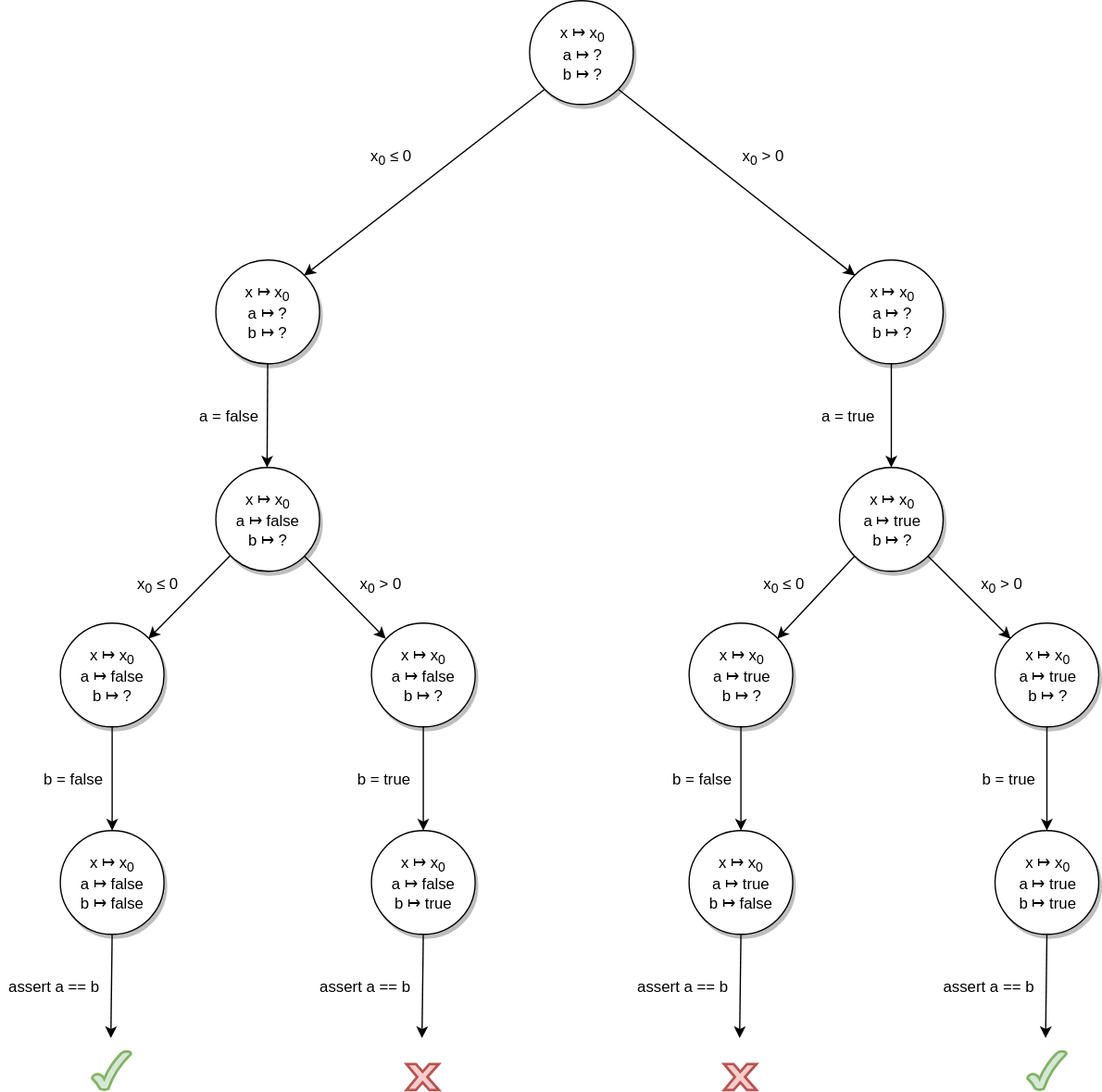
Above: assets/doubleif_symbolic_tree_with_unfeasible.svg in pietrobraione/jbse-manual (draw.io), before the change. Source tidied: cells renumbered, new cells last; positions are measured from the earlier drawing's top-left corner, leaving out a move shared by most shapes.
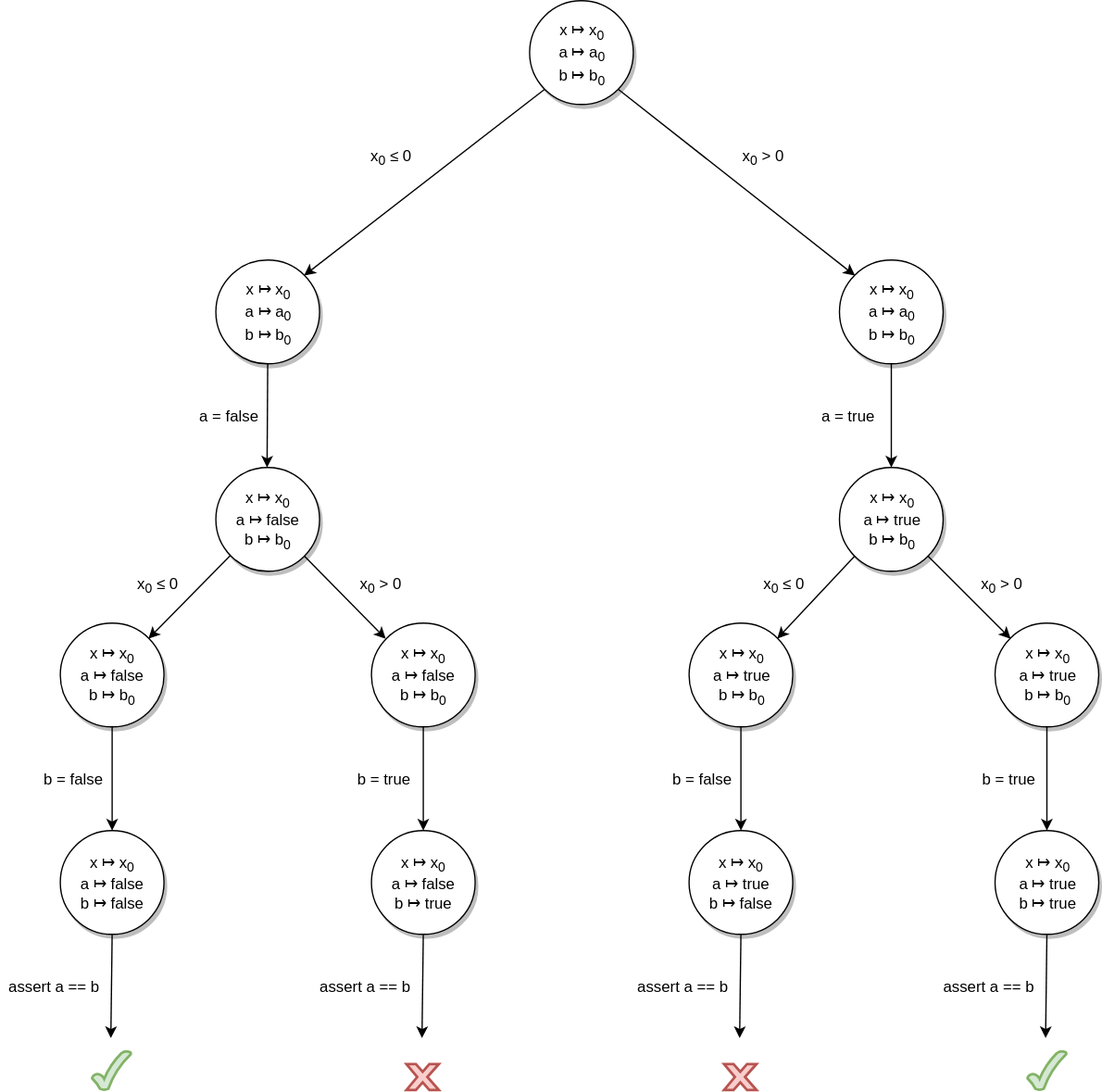
The same diagram one commit later.

Commit message:
Track 1 files into repository.

- modified assets/doubleif_symbolic_tree_with_unfeasible.svg

Auto commit by GitBook Editor

Diff of the diagram source:
```diff
@@ -8,7 +8,7 @@
     <mxCell id="3" style="edgeStyle=none;rounded=0;html=1;jettySize=auto;exitX=0;exitY=1;entryX=1;entryY=0;" parent="1" edge="1" source="4" target="8">
       <mxGeometry relative="1" as="geometry" />
     </mxCell>
-    <mxCell id="4" value="x ↦ x&lt;sub&gt;0&lt;br&gt;&lt;/sub&gt;a ↦ ?&lt;br&gt;b ↦ ?&lt;br&gt;" style="ellipse;whiteSpace=wrap;html=1;shadow=1;gradientColor=none;" parent="1" vertex="1">
+    <mxCell id="4" value="x ↦ x&lt;sub&gt;0&lt;br&gt;&lt;/sub&gt;a ↦ a&lt;sub&gt;0&lt;/sub&gt;&lt;br&gt;b ↦ b&lt;sub&gt;0&lt;/sub&gt;&lt;br&gt;" style="ellipse;whiteSpace=wrap;html=1;shadow=1;gradientColor=none;" parent="1" vertex="1">
       <mxGeometry x="408" width="80" height="80" as="geometry" />
     </mxCell>
     <mxCell id="5" value="x&lt;sub&gt;0&lt;/sub&gt; ≤ 0" style="text;html=1;strokeColor=none;fillColor=none;align=center;verticalAlign=middle;whiteSpace=wrap;rounded=0;shadow=0;comic=0;" parent="1" vertex="1">
@@ -20,10 +20,10 @@
     <mxCell id="7" style="edgeStyle=none;rounded=0;html=1;exitX=0.5;exitY=1;entryX=0.5;entryY=1;jettySize=auto;orthogonalLoop=1;" parent="1" edge="1" source="6" target="6">
       <mxGeometry relative="1" as="geometry" />
     </mxCell>
-    <mxCell id="8" value="x ↦ x&lt;sub&gt;0&lt;br&gt;&lt;/sub&gt;a ↦ ?&lt;br&gt;b ↦ ?&lt;br&gt;" style="ellipse;whiteSpace=wrap;html=1;shadow=1;gradientColor=none;" parent="1" vertex="1">
+    <mxCell id="8" value="x ↦ x&lt;sub&gt;0&lt;br&gt;&lt;/sub&gt;a ↦ a&lt;sub&gt;0&lt;/sub&gt;&lt;br&gt;b ↦ b&lt;sub&gt;0&lt;/sub&gt;&lt;br&gt;" style="ellipse;whiteSpace=wrap;html=1;shadow=1;gradientColor=none;" parent="1" vertex="1">
       <mxGeometry x="165.5" y="200" width="80" height="80" as="geometry" />
     </mxCell>
-    <mxCell id="9" value="x ↦ x&lt;sub&gt;0&lt;br&gt;&lt;/sub&gt;a ↦ ?&lt;br&gt;b ↦ ?&lt;br&gt;" style="ellipse;whiteSpace=wrap;html=1;shadow=1;gradientColor=none;" parent="1" vertex="1">
+    <mxCell id="9" value="x ↦ x&lt;sub&gt;0&lt;br&gt;&lt;/sub&gt;a ↦ a&lt;sub&gt;0&lt;/sub&gt;&lt;br&gt;b ↦ b&lt;sub&gt;0&lt;/sub&gt;&lt;br&gt;" style="ellipse;whiteSpace=wrap;html=1;shadow=1;gradientColor=none;" parent="1" vertex="1">
       <mxGeometry x="647" y="200" width="80" height="80" as="geometry" />
     </mxCell>
     <mxCell id="10" style="edgeStyle=none;rounded=0;html=1;jettySize=auto;exitX=0.5;exitY=1;" parent="1" edge="1" source="8">
@@ -36,10 +36,10 @@
         <mxPoint x="687" y="360" as="targetPoint" />
       </mxGeometry>
     </mxCell>
-    <mxCell id="12" value="x ↦ x&lt;sub&gt;0&lt;br&gt;&lt;/sub&gt;a ↦ false&lt;br&gt;b ↦ ?&lt;br&gt;" style="ellipse;whiteSpace=wrap;html=1;shadow=1;gradientColor=none;" parent="1" vertex="1">
+    <mxCell id="12" value="x ↦ x&lt;sub&gt;0&lt;br&gt;&lt;/sub&gt;a ↦ false&lt;br&gt;b ↦ b&lt;sub&gt;0&lt;/sub&gt;&lt;br&gt;" style="ellipse;whiteSpace=wrap;html=1;shadow=1;gradientColor=none;" parent="1" vertex="1">
       <mxGeometry x="165.5" y="360" width="80" height="80" as="geometry" />
     </mxCell>
-    <mxCell id="13" value="x ↦ x&lt;sub&gt;0&lt;br&gt;&lt;/sub&gt;a ↦ true&lt;br&gt;b ↦ ?&lt;br&gt;" style="ellipse;whiteSpace=wrap;html=1;shadow=1;gradientColor=none;" parent="1" vertex="1">
+    <mxCell id="13" value="x ↦ x&lt;sub&gt;0&lt;br&gt;&lt;/sub&gt;a ↦ true&lt;br&gt;b ↦ b&lt;sub&gt;0&lt;/sub&gt;&lt;br&gt;" style="ellipse;whiteSpace=wrap;html=1;shadow=1;gradientColor=none;" parent="1" vertex="1">
       <mxGeometry x="647" y="360" width="80" height="80" as="geometry" />
     </mxCell>
     <mxCell id="14" value="a = false" style="text;html=1;strokeColor=none;fillColor=none;align=center;verticalAlign=middle;whiteSpace=wrap;rounded=0;shadow=0;comic=0;" parent="1" vertex="1">
@@ -60,10 +60,10 @@
     <mxCell id="19" value="x&lt;sub&gt;0&lt;/sub&gt;&amp;nbsp;&amp;gt; 0" style="text;html=1;strokeColor=none;fillColor=none;align=center;verticalAlign=middle;whiteSpace=wrap;rounded=0;shadow=0;comic=0;" parent="1" vertex="1">
       <mxGeometry x="752" y="440" width="40" height="20" as="geometry" />
     </mxCell>
-    <mxCell id="20" value="x ↦ x&lt;sub&gt;0&lt;br&gt;&lt;/sub&gt;a ↦ false&lt;br&gt;b ↦ ?&lt;br&gt;" style="ellipse;whiteSpace=wrap;html=1;shadow=1;gradientColor=none;" parent="1" vertex="1">
+    <mxCell id="20" value="x ↦ x&lt;sub&gt;0&lt;br&gt;&lt;/sub&gt;a ↦ false&lt;br&gt;b ↦ b&lt;sub&gt;0&lt;/sub&gt;&lt;br&gt;" style="ellipse;whiteSpace=wrap;html=1;shadow=1;gradientColor=none;" parent="1" vertex="1">
       <mxGeometry x="45.5" y="480" width="80" height="80" as="geometry" />
     </mxCell>
-    <mxCell id="21" value="x ↦ x&lt;sub&gt;0&lt;br&gt;&lt;/sub&gt;a ↦ true&lt;br&gt;b ↦ ?&lt;br&gt;" style="ellipse;whiteSpace=wrap;html=1;shadow=1;gradientColor=none;" parent="1" vertex="1">
+    <mxCell id="21" value="x ↦ x&lt;sub&gt;0&lt;br&gt;&lt;/sub&gt;a ↦ true&lt;br&gt;b ↦ b&lt;sub&gt;0&lt;/sub&gt;&lt;br&gt;" style="ellipse;whiteSpace=wrap;html=1;shadow=1;gradientColor=none;" parent="1" vertex="1">
       <mxGeometry x="767" y="480" width="80" height="80" as="geometry" />
     </mxCell>
     <mxCell id="22" style="edgeStyle=none;rounded=0;html=1;jettySize=auto;exitX=0.5;exitY=1;entryX=0.5;entryY=0;" parent="1" edge="1" source="20" target="24">
@@ -108,7 +108,7 @@
     <mxCell id="33" value="assert a == b" style="text;html=1;strokeColor=none;fillColor=none;align=center;verticalAlign=middle;whiteSpace=wrap;rounded=0;shadow=0;comic=0;" parent="1" vertex="1">
       <mxGeometry x="722" y="750" width="80" height="20" as="geometry" />
     </mxCell>
-    <mxCell id="34" value="x ↦ x&lt;sub&gt;0&lt;br&gt;&lt;/sub&gt;a ↦ false&lt;br&gt;b ↦ ?&lt;br&gt;" style="ellipse;whiteSpace=wrap;html=1;shadow=1;gradientColor=none;" parent="1" vertex="1">
+    <mxCell id="34" value="x ↦ x&lt;sub&gt;0&lt;br&gt;&lt;/sub&gt;a ↦ false&lt;br&gt;b ↦ b&lt;sub&gt;0&lt;/sub&gt;&lt;br&gt;" style="ellipse;whiteSpace=wrap;html=1;shadow=1;gradientColor=none;" parent="1" vertex="1">
       <mxGeometry x="285.5" y="480" width="80" height="80" as="geometry" />
     </mxCell>
     <mxCell id="35" style="edgeStyle=none;rounded=0;html=1;jettySize=auto;exitX=0.5;exitY=1;entryX=0.5;entryY=0;" parent="1" edge="1" source="34" target="36">
@@ -137,7 +137,7 @@
     <mxCell id="42" value="x&lt;sub&gt;0&lt;/sub&gt;&amp;nbsp;&amp;gt; 0" style="text;html=1;strokeColor=none;fillColor=none;align=center;verticalAlign=middle;whiteSpace=wrap;rounded=0;shadow=0;comic=0;" parent="1" vertex="1">
       <mxGeometry x="273" y="440" width="40" height="20" as="geometry" />
     </mxCell>
-    <mxCell id="43" value="x ↦ x&lt;sub&gt;0&lt;br&gt;&lt;/sub&gt;a ↦ true&lt;br&gt;b ↦ ?&lt;br&gt;" style="ellipse;whiteSpace=wrap;html=1;shadow=1;gradientColor=none;" parent="1" vertex="1">
+    <mxCell id="43" value="x ↦ x&lt;sub&gt;0&lt;br&gt;&lt;/sub&gt;a ↦ true&lt;br&gt;b ↦ b&lt;sub&gt;0&lt;/sub&gt;&lt;br&gt;" style="ellipse;whiteSpace=wrap;html=1;shadow=1;gradientColor=none;" parent="1" vertex="1">
       <mxGeometry x="530.5" y="480" width="80" height="80" as="geometry" />
     </mxCell>
     <mxCell id="44" style="edgeStyle=none;rounded=0;html=1;jettySize=auto;exitX=0.5;exitY=1;entryX=0.5;entryY=0;" parent="1" edge="1" source="43" target="45">
```
